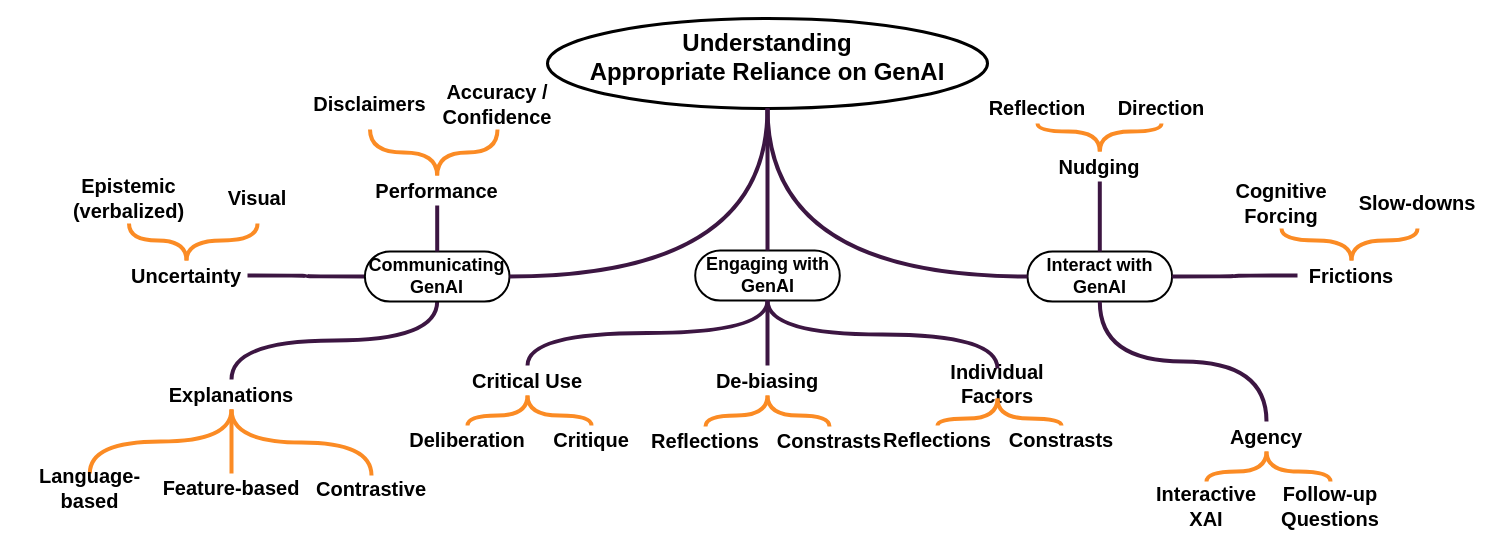
Above: ext/chi27-rev-4.1.drawio in raeeschaudhary/Coursera_Exams (draw.io), before the change. Source tidied: cells renumbered, new cells numbered last; positions are measured from the earlier drawing's top-left corner, leaving out a move shared by most shapes. Both pictures are drawn from the tidied source at 100%, with x=0, y=0 at pixel (17, 18).
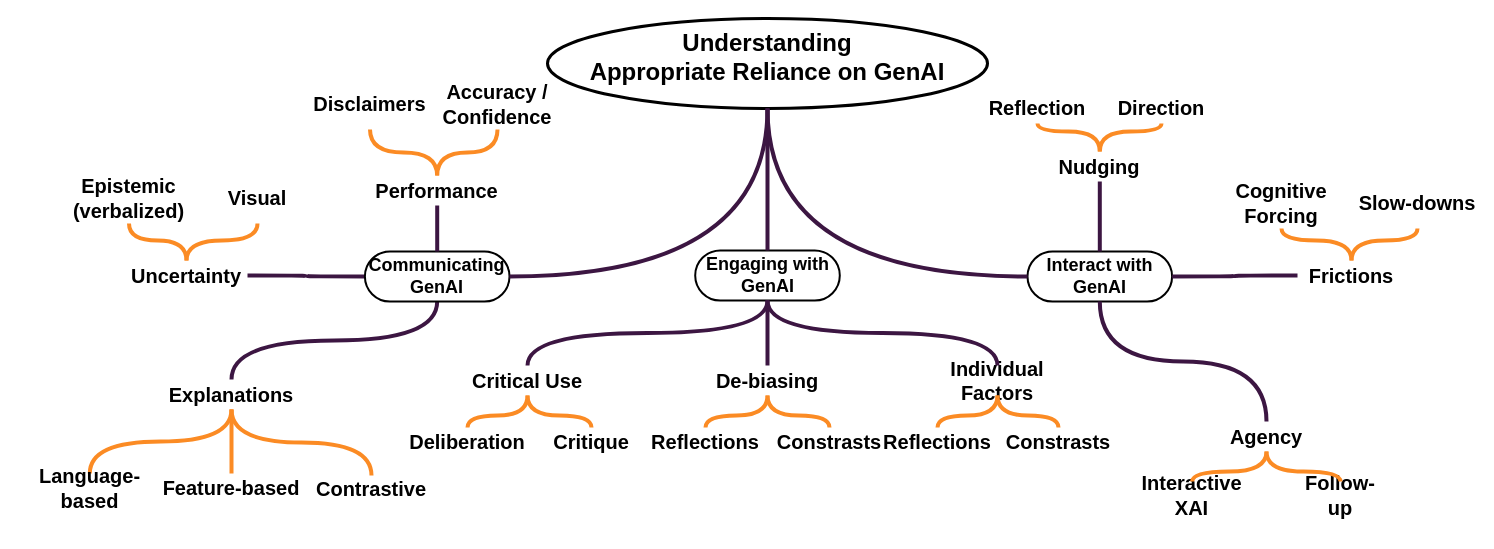
The same diagram, later.

What changed in the source:
```diff
@@
     <mxCell id="29" value="&lt;span style=&quot;font-size: 20px;&quot;&gt;Deliberation&lt;/span&gt;" style="text;html=1;whiteSpace=wrap;strokeColor=none;fillColor=none;align=center;verticalAlign=middle;rounded=0;fontFamily=calibri;fontSize=18;fontStyle=1;" parent="1" vertex="1">
-      <mxGeometry x="390" y="407" width="120" height="30" as="geometry" />
+      <mxGeometry x="390" y="409" width="120" height="30" as="geometry" />
     </mxCell>
     <mxCell id="30" value="&lt;span style=&quot;font-size: 20px;&quot;&gt;Critique&lt;/span&gt;" style="text;html=1;whiteSpace=wrap;strokeColor=none;fillColor=none;align=center;verticalAlign=middle;rounded=0;fontFamily=calibri;fontSize=18;fontStyle=1;" parent="1" vertex="1">
-      <mxGeometry x="520" y="407" width="108" height="30" as="geometry" />
+      <mxGeometry x="520" y="409" width="108" height="30" as="geometry" />
     </mxCell>
@@
     <mxCell id="35" value="&lt;span style=&quot;font-size: 20px;&quot;&gt;Reflections&lt;/span&gt;" style="text;html=1;whiteSpace=wrap;strokeColor=none;fillColor=none;align=center;verticalAlign=middle;rounded=0;fontFamily=calibri;fontSize=18;fontStyle=1;" parent="1" vertex="1">
-      <mxGeometry x="628" y="408" width="120" height="30" as="geometry" />
+      <mxGeometry x="628" y="409" width="120" height="30" as="geometry" />
     </mxCell>
     <mxCell id="36" value="&lt;span style=&quot;font-size: 20px;&quot;&gt;Constrasts&lt;/span&gt;" style="text;html=1;whiteSpace=wrap;strokeColor=none;fillColor=none;align=center;verticalAlign=middle;rounded=0;fontFamily=calibri;fontSize=18;fontStyle=1;" parent="1" vertex="1">
-      <mxGeometry x="758" y="408" width="108" height="30" as="geometry" />
+      <mxGeometry x="758" y="409" width="108" height="30" as="geometry" />
     </mxCell>
@@
     <mxCell id="39" value="Individual Factors" style="text;html=1;whiteSpace=wrap;strokeColor=none;fillColor=none;align=center;verticalAlign=middle;rounded=0;fontFamily=calibri;fontStyle=1;fontSize=20;" parent="1" vertex="1">
-      <mxGeometry x="900" y="350" width="160" height="30" as="geometry" />
+      <mxGeometry x="900" y="347" width="160" height="30" as="geometry" />
     </mxCell>
     <mxCell id="40" value="&lt;span style=&quot;font-size: 20px;&quot;&gt;Reflections&lt;/span&gt;" style="text;html=1;whiteSpace=wrap;strokeColor=none;fillColor=none;align=center;verticalAlign=middle;rounded=0;fontFamily=calibri;fontSize=18;fontStyle=1;" parent="1" vertex="1">
-      <mxGeometry x="860" y="407" width="120" height="30" as="geometry" />
+      <mxGeometry x="860" y="409" width="120" height="30" as="geometry" />
     </mxCell>
     <mxCell id="41" value="&lt;span style=&quot;font-size: 20px;&quot;&gt;Constrasts&lt;/span&gt;" style="text;html=1;whiteSpace=wrap;strokeColor=none;fillColor=none;align=center;verticalAlign=middle;rounded=0;fontFamily=calibri;fontSize=18;fontStyle=1;" parent="1" vertex="1">
-      <mxGeometry x="990" y="407" width="108" height="30" as="geometry" />
+      <mxGeometry x="987" y="409" width="108" height="30" as="geometry" />
     </mxCell>
@@
     <mxCell id="48" value="&lt;span style=&quot;font-size: 20px;&quot;&gt;Interactive XAI&lt;/span&gt;" style="text;html=1;whiteSpace=wrap;strokeColor=none;fillColor=none;align=center;verticalAlign=middle;rounded=0;fontFamily=calibri;fontSize=18;fontStyle=1;" parent="1" vertex="1">
-      <mxGeometry x="1129" y="463" width="120" height="50" as="geometry" />
+      <mxGeometry x="1107" y="463" width="135.3" height="28" as="geometry" />
     </mxCell>
-    <mxCell id="49" value="&lt;span style=&quot;font-size: 20px;&quot;&gt;Follow-up Questions&lt;/span&gt;" style="text;html=1;whiteSpace=wrap;strokeColor=none;fillColor=none;align=center;verticalAlign=middle;rounded=0;fontFamily=calibri;fontSize=18;fontStyle=1;" parent="1" vertex="1">
-      <mxGeometry x="1259" y="463" width="108" height="50" as="geometry" />
+    <mxCell id="49" value="&lt;span style=&quot;font-size: 20px;&quot;&gt;Follow-up&lt;/span&gt;" style="text;html=1;whiteSpace=wrap;strokeColor=none;fillColor=none;align=center;verticalAlign=middle;rounded=0;fontFamily=calibri;fontSize=18;fontStyle=1;" parent="1" vertex="1">
+      <mxGeometry x="1278" y="463" width="90" height="28" as="geometry" />
     </mxCell>
```
